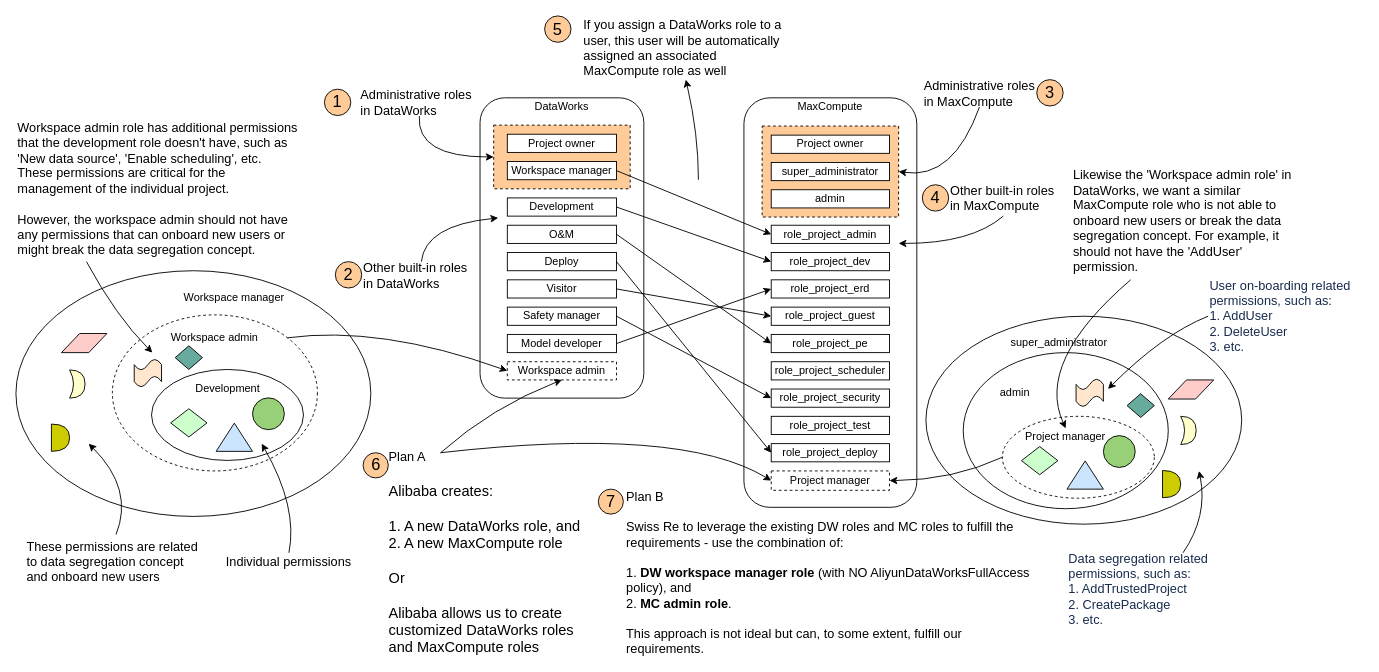
Above: user_role_model.drawio in huangdgm/webstore-v2.0 (draw.io), before the change. Source tidied: cells renumbered, new cells numbered last; positions are measured from the earlier drawing's top-left corner, leaving out a move shared by most shapes. Both pictures are drawn from the tidied source at 91%, with x=0, y=0 at pixel (15, 15).
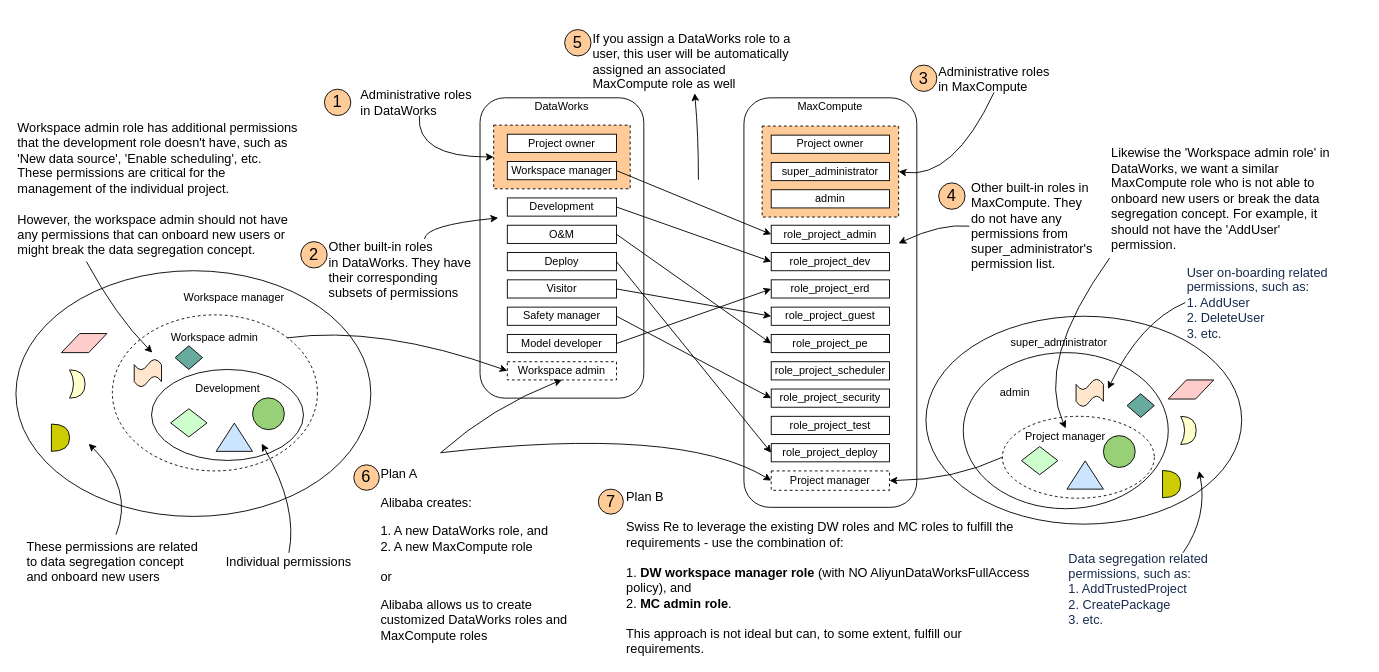
The same page after the edit.

The change refers to these unchanged cells:
```xml
<mxCell id="22" style="rounded=1;whiteSpace=wrap;html=1;align=center;" parent="1" vertex="1">
  <mxGeometry x="510" y="90" width="180" height="330" as="geometry" />
</mxCell>
<mxCell id="60" value="Workspace admin" style="rounded=0;whiteSpace=wrap;html=1;dashed=1;" parent="1" vertex="1">
  <mxGeometry x="540" y="380" width="120" height="20" as="geometry" />
</mxCell>
<mxCell id="86" style="ellipse;whiteSpace=wrap;html=1;" parent="85" vertex="1">
  <mxGeometry width="225.3" height="171.5" as="geometry" />
</mxCell>
<mxCell id="92" value="Project manager" style="text;html=1;strokeColor=none;fillColor=none;align=center;verticalAlign=middle;whiteSpace=wrap;rounded=0;" parent="85" vertex="1">
  <mxGeometry x="64.4" y="83.2" width="96.5" height="20" as="geometry" />
</mxCell>
<mxCell id="99" value="Project manager" style="rounded=0;whiteSpace=wrap;html=1;dashed=1;" parent="1" vertex="1">
  <mxGeometry x="830" y="500" width="130" height="21.3" as="geometry" />
</mxCell>
```

What changed in the source:
```diff
@@
-    <mxCell id="55" style="curved=1;endArrow=classic;html=1;exitX=0.5;exitY=0;exitDx=0;exitDy=0;entryX=0.111;entryY=0.4;entryDx=0;entryDy=0;entryPerimeter=0;" parent="1" edge="1" source="67" target="22">
+    <mxCell id="55" style="curved=1;endArrow=classic;html=1;exitX=0.637;exitY=0.043;exitDx=0;exitDy=0;entryX=0.111;entryY=0.4;entryDx=0;entryDy=0;entryPerimeter=0;exitPerimeter=0;" parent="1" edge="1" source="112" target="22">
       <mxGeometry relative="1" as="geometry">
         <Array as="points">
           <mxPoint x="450" y="230" />
         </Array>
       </mxGeometry>
     </mxCell>
@@
-    <mxCell id="58" style="curved=1;endArrow=classic;html=1;exitX=0.5;exitY=1;exitDx=0;exitDy=0;" parent="1" edge="1" source="76">
+    <mxCell id="58" style="curved=1;endArrow=classic;html=1;exitX=0;exitY=0.5;exitDx=0;exitDy=0;" parent="1" edge="1" source="76">
       <mxGeometry relative="1" as="geometry">
         <mxPoint x="970" y="250" as="targetPoint" />
         <Array as="points">
-          <mxPoint x="1050" y="250" />
+          <mxPoint x="1016" y="228" />
         </Array>
       </mxGeometry>
     </mxCell>
@@
-    <mxCell id="61" style="curved=1;endArrow=classic;html=1;entryX=0.5;entryY=1;entryDx=0;entryDy=0;exitX=0.25;exitY=0;exitDx=0;exitDy=0;" parent="1" edge="1" source="78" target="60">
+    <mxCell id="61" style="curved=1;endArrow=classic;html=1;entryX=0.5;entryY=1;entryDx=0;entryDy=0;exitX=0.25;exitY=0;exitDx=0;exitDy=0;" parent="1" edge="1" target="60">
       <mxGeometry relative="1" as="geometry">
+        <mxPoint x="466.7" y="480" as="sourcePoint" />
         <Array as="points">
           <mxPoint x="523" y="430" />
         </Array>
       </mxGeometry>
     </mxCell>
-    <mxCell id="62" style="curved=1;endArrow=classic;html=1;entryX=0;entryY=0.5;entryDx=0;entryDy=0;exitX=0.25;exitY=0;exitDx=0;exitDy=0;" parent="1" edge="1" source="78" target="99">
+    <mxCell id="62" style="curved=1;endArrow=classic;html=1;entryX=0;entryY=0.5;entryDx=0;entryDy=0;exitX=0.25;exitY=0;exitDx=0;exitDy=0;" parent="1" edge="1" target="99">
       <mxGeometry relative="1" as="geometry">
+        <mxPoint x="466.7" y="480" as="sourcePoint" />
         <Array as="points">
           <mxPoint x="730" y="450" />
         </Array>
       </mxGeometry>
     </mxCell>
@@
     <mxCell id="66" style="group;" parent="1" vertex="1">
-      <mxGeometry x="351" y="270" width="160" height="30" as="geometry" />
+      <mxGeometry x="351" y="270" width="169" height="91" as="geometry" />
     </mxCell>
-    <mxCell id="67" value="&lt;font style=&quot;font-size: 14px&quot;&gt;Other built-in&amp;nbsp;roles in&amp;nbsp;DataWorks&lt;/font&gt;" style="text;html=1;strokeColor=none;fillColor=none;align=left;verticalAlign=middle;whiteSpace=wrap;rounded=0;" parent="66" vertex="1">
-      <mxGeometry x="29" width="131" height="30" as="geometry" />
-    </mxCell>
-    <mxCell id="68" value="&lt;font style=&quot;font-size: 18px&quot;&gt;2&lt;/font&gt;" style="ellipse;whiteSpace=wrap;html=1;fillColor=#FFCC99;" parent="66" vertex="1">
-      <mxGeometry width="29" height="29" as="geometry" />
-    </mxCell>
     <mxCell id="69" style="group;" parent="1" vertex="1">
-      <mxGeometry x="581" width="269" height="70" as="geometry" />
+      <mxGeometry x="603" y="15" width="269" height="70" as="geometry" />
     </mxCell>
     <mxCell id="70" value="&lt;font style=&quot;font-size: 14px&quot;&gt;If you assign a DataWorks role to a user, this user will be automatically assigned an associated MaxCompute role as well&lt;/font&gt;" style="text;html=1;strokeColor=none;fillColor=none;align=left;verticalAlign=middle;whiteSpace=wrap;rounded=0;" parent="69" vertex="1">
-      <mxGeometry x="41.3" width="227.7" height="70" as="geometry" />
+      <mxGeometry x="29" width="227.7" height="70" as="geometry" />
     </mxCell>
@@
-    <mxCell id="72" style="group;" parent="1" vertex="1">
-      <mxGeometry x="996" y="70" width="159" height="30" as="geometry" />
-    </mxCell>
-    <mxCell id="73" value="&lt;font style=&quot;font-size: 14px&quot;&gt;Administrative roles in MaxCompute&lt;/font&gt;" style="text;html=1;strokeColor=none;fillColor=none;align=left;verticalAlign=middle;whiteSpace=wrap;rounded=0;" parent="72" vertex="1">
-      <mxGeometry width="125.8" height="30" as="geometry" />
-    </mxCell>
-    <mxCell id="74" value="&lt;font style=&quot;font-size: 18px&quot;&gt;3&lt;/font&gt;" style="ellipse;whiteSpace=wrap;html=1;fillColor=#FFCC99;" parent="72" vertex="1">
-      <mxGeometry x="125.8" width="29" height="29" as="geometry" />
-    </mxCell>
-    <mxCell id="75" style="group;" parent="1" vertex="1">
-      <mxGeometry x="1000" y="180" width="150" height="40" as="geometry" />
-    </mxCell>
-    <mxCell id="76" value="&lt;span&gt;&lt;font style=&quot;font-size: 14px&quot;&gt;Other built-in roles in MaxCompute&lt;/font&gt;&lt;/span&gt;" style="text;html=1;strokeColor=none;fillColor=none;align=left;verticalAlign=middle;whiteSpace=wrap;rounded=0;dashed=1;" parent="75" vertex="1">
-      <mxGeometry x="25" width="120" height="40" as="geometry" />
-    </mxCell>
-    <mxCell id="77" style="group;" parent="1" vertex="1">
-      <mxGeometry x="370" y="480" width="269" height="220" as="geometry" />
-    </mxCell>
-    <mxCell id="78" value="&lt;div style=&quot;text-align: left&quot;&gt;&lt;span&gt;&lt;font style=&quot;font-size: 14px&quot;&gt;Plan A&lt;/font&gt;&lt;/span&gt;&lt;/div&gt;&lt;div style=&quot;text-align: left&quot;&gt;&lt;span&gt;&lt;font size=&quot;3&quot;&gt;&lt;br&gt;&lt;/font&gt;&lt;/span&gt;&lt;/div&gt;&lt;div style=&quot;text-align: left&quot;&gt;&lt;span&gt;&lt;font size=&quot;3&quot;&gt;Alibaba creates:&lt;/font&gt;&lt;/span&gt;&lt;/div&gt;&lt;div style=&quot;text-align: left&quot;&gt;&lt;span&gt;&lt;font size=&quot;3&quot;&gt;&lt;br&gt;&lt;/font&gt;&lt;/span&gt;&lt;/div&gt;&lt;div style=&quot;text-align: left&quot;&gt;&lt;font size=&quot;3&quot;&gt;&lt;span&gt;1. A new DataWorks role, and&lt;/span&gt;&lt;br&gt;&lt;span&gt;2. A new MaxCompute role&lt;/span&gt;&lt;/font&gt;&lt;/div&gt;&lt;div style=&quot;text-align: left&quot;&gt;&lt;span&gt;&lt;font size=&quot;3&quot;&gt;&lt;br&gt;&lt;/font&gt;&lt;/span&gt;&lt;/div&gt;&lt;div style=&quot;text-align: left&quot;&gt;&lt;span&gt;&lt;font size=&quot;3&quot;&gt;Or&lt;/font&gt;&lt;/span&gt;&lt;/div&gt;&lt;div style=&quot;text-align: left&quot;&gt;&lt;span&gt;&lt;font size=&quot;3&quot;&gt;&lt;br&gt;&lt;/font&gt;&lt;/span&gt;&lt;/div&gt;&lt;div style=&quot;text-align: left&quot;&gt;&lt;font size=&quot;3&quot;&gt;Alibaba allows us to create customized DataWorks roles and MaxCompute roles&lt;/font&gt;&lt;/div&gt;" style="text;html=1;strokeColor=none;fillColor=none;align=center;verticalAlign=middle;whiteSpace=wrap;rounded=0;dashed=1;" parent="77" vertex="1">
-      <mxGeometry x="39.2" width="229.8" height="220" as="geometry" />
-    </mxCell>
-    <mxCell id="79" value="&lt;font style=&quot;font-size: 18px&quot;&gt;6&lt;/font&gt;" style="ellipse;whiteSpace=wrap;html=1;fillColor=#FFCC99;" parent="77" vertex="1">
-      <mxGeometry x="11.5" width="27.7" height="27.7" as="geometry" />
-    </mxCell>
@@
     <mxCell id="103" value="&lt;font style=&quot;font-size: 14px&quot;&gt;Likewise the 'Workspace admin role' in DataWorks, we want a similar MaxCompute role who is not able to onboard new users or break the data segregation concept. For example, it should not have the 'AddUser' permission.&lt;/font&gt;" style="text;html=1;strokeColor=none;fillColor=none;align=left;verticalAlign=middle;whiteSpace=wrap;rounded=0;" parent="1" vertex="1">
-      <mxGeometry x="1160" y="160" width="260" height="130" as="geometry" />
+      <mxGeometry x="1201.9" y="136" width="260" height="130" as="geometry" />
     </mxCell>
@@
     <mxCell id="105" value="&lt;span style=&quot;color: rgb(23 , 43 , 77) ; font-size: 14px ; background-color: rgb(255 , 255 , 255)&quot;&gt;User on-boarding related permissions, such as:&lt;br&gt;1. AddUser&lt;br&gt;2. DeleteUser&lt;br&gt;3. etc.&lt;br&gt;&lt;/span&gt;" style="text;html=1;strokeColor=none;fillColor=none;align=left;verticalAlign=middle;whiteSpace=wrap;rounded=0;" parent="1" vertex="1">
-      <mxGeometry x="1310" y="290" width="170" height="80" as="geometry" />
+      <mxGeometry x="1285" y="275" width="170" height="80" as="geometry" />
     </mxCell>
-    <mxCell id="106" value="&lt;font style=&quot;font-size: 18px&quot;&gt;4&lt;/font&gt;" style="ellipse;whiteSpace=wrap;html=1;fillColor=#FFCC99;" parent="1" vertex="1">
-      <mxGeometry x="996" y="185.5" width="29" height="29" as="geometry" />
-    </mxCell>
@@
     <mxCell id="108" style="curved=1;endArrow=classic;html=1;exitX=0;exitY=0.5;exitDx=0;exitDy=0;entryX=0.706;entryY=0.233;entryDx=0;entryDy=0;entryPerimeter=0;" parent="1" edge="1" source="105" target="86">
       <mxGeometry relative="1" as="geometry">
         <Array as="points">
-          <mxPoint x="1260" y="350" />
+          <mxPoint x="1236" y="336" />
         </Array>
       </mxGeometry>
     </mxCell>
-    <mxCell id="109" style="curved=1;endArrow=classic;html=1;exitX=0.25;exitY=1;exitDx=0;exitDy=0;entryX=0.5;entryY=0;entryDx=0;entryDy=0;" parent="1" edge="1" source="103" target="92">
+    <mxCell id="109" style="curved=1;endArrow=classic;html=1;exitX=0;exitY=1;exitDx=0;exitDy=0;entryX=0.5;entryY=0;entryDx=0;entryDy=0;" parent="1" edge="1" source="103" target="92">
       <mxGeometry relative="1" as="geometry">
         <Array as="points">
           <mxPoint x="1120" y="380" />
         </Array>
       </mxGeometry>
     </mxCell>
@@
+    <mxCell id="111" style="group;" parent="1" vertex="1">
+      <mxGeometry x="313" y="242" width="197" height="73" as="geometry" />
+    </mxCell>
+    <mxCell id="112" value="&lt;span style=&quot;font-size: 14px&quot;&gt;Other built-in&amp;nbsp;roles in&amp;nbsp;DataWorks. They have their corresponding subsets of permissions&lt;/span&gt;" style="text;html=1;strokeColor=none;fillColor=none;align=left;verticalAlign=middle;whiteSpace=wrap;rounded=0;dashed=1;" parent="111" vertex="1">
+      <mxGeometry x="29" width="168" height="73" as="geometry" />
+    </mxCell>
+    <mxCell id="68" value="&lt;font style=&quot;font-size: 18px&quot;&gt;2&lt;/font&gt;" style="ellipse;whiteSpace=wrap;html=1;fillColor=#FFCC99;" parent="111" vertex="1">
+      <mxGeometry y="6" width="29" height="29" as="geometry" />
+    </mxCell>
+    <mxCell id="113" style="group;" parent="1" vertex="1">
+      <mxGeometry x="1014" y="178" width="182" height="106" as="geometry" />
+    </mxCell>
+    <mxCell id="75" style="group;" parent="113" vertex="1">
+      <mxGeometry x="4" width="178" height="106" as="geometry" />
+    </mxCell>
+    <mxCell id="76" value="&lt;span&gt;&lt;font style=&quot;font-size: 14px&quot;&gt;Other built-in roles in MaxCompute. They do not have any permissions from super_administrator's permission list.&lt;/font&gt;&lt;/span&gt;" style="text;html=1;strokeColor=none;fillColor=none;align=left;verticalAlign=middle;whiteSpace=wrap;rounded=0;dashed=1;" parent="75" vertex="1">
+      <mxGeometry x="29.7" width="142.4" height="106" as="geometry" />
+    </mxCell>
+    <mxCell id="106" value="&lt;font style=&quot;font-size: 18px&quot;&gt;4&lt;/font&gt;" style="ellipse;whiteSpace=wrap;html=1;fillColor=#FFCC99;" parent="113" vertex="1">
+      <mxGeometry y="5.5" width="29" height="29" as="geometry" />
+    </mxCell>
+    <mxCell id="114" style="group;" parent="1" vertex="1">
+      <mxGeometry x="983" y="54" width="188" height="30" as="geometry" />
+    </mxCell>
+    <mxCell id="72" style="group;" parent="114" vertex="1">
+      <mxGeometry x="29" width="159" height="30" as="geometry" />
+    </mxCell>
+    <mxCell id="73" value="&lt;font style=&quot;font-size: 14px&quot;&gt;Administrative roles in MaxCompute&lt;/font&gt;" style="text;html=1;strokeColor=none;fillColor=none;align=left;verticalAlign=middle;whiteSpace=wrap;rounded=0;" parent="72" vertex="1">
+      <mxGeometry width="125.8" height="30" as="geometry" />
+    </mxCell>
+    <mxCell id="74" value="&lt;font style=&quot;font-size: 18px&quot;&gt;3&lt;/font&gt;" style="ellipse;whiteSpace=wrap;html=1;fillColor=#FFCC99;" parent="114" vertex="1">
+      <mxGeometry width="29" height="29" as="geometry" />
+    </mxCell>
+    <mxCell id="115" style="group;" parent="1" vertex="1">
+      <mxGeometry x="385" y="485" width="241" height="209" as="geometry" />
+    </mxCell>
+    <mxCell id="116" value="&lt;span style=&quot;font-size: 14px&quot;&gt;Plan A&lt;/span&gt;&lt;br style=&quot;font-size: 14px&quot;&gt;&lt;br style=&quot;font-size: 14px&quot;&gt;&lt;span style=&quot;font-size: 14px&quot;&gt;Alibaba creates:&lt;/span&gt;&lt;br style=&quot;font-size: 14px&quot;&gt;&lt;br style=&quot;font-size: 14px&quot;&gt;&lt;div&gt;&lt;span style=&quot;font-size: 14px&quot;&gt;1. A new DataWorks role, and&lt;/span&gt;&lt;/div&gt;&lt;div&gt;&lt;span style=&quot;font-size: 14px&quot;&gt;2. A new MaxCompute role&lt;/span&gt;&lt;/div&gt;&lt;div&gt;&lt;span style=&quot;font-size: 14px&quot;&gt;&lt;br&gt;&lt;/span&gt;&lt;/div&gt;&lt;div&gt;&lt;span style=&quot;font-size: 14px&quot;&gt;or&lt;/span&gt;&lt;/div&gt;&lt;br style=&quot;font-size: 14px&quot;&gt;&lt;span style=&quot;font-size: 14px&quot;&gt;Alibaba allows us to create customized DataWorks roles and MaxCompute roles&lt;/span&gt;" style="text;html=1;strokeColor=none;fillColor=none;align=left;verticalAlign=middle;whiteSpace=wrap;rounded=0;" parent="115" vertex="1">
+      <mxGeometry x="14.3" y="4" width="226.7" height="205" as="geometry" />
+    </mxCell>
+    <mxCell id="79" value="&lt;font style=&quot;font-size: 18px&quot;&gt;6&lt;/font&gt;" style="ellipse;whiteSpace=wrap;html=1;fillColor=#FFCC99;" parent="115" vertex="1">
+      <mxGeometry x="-13.7" y="8.3" width="28" height="28" as="geometry" />
+    </mxCell>
```
